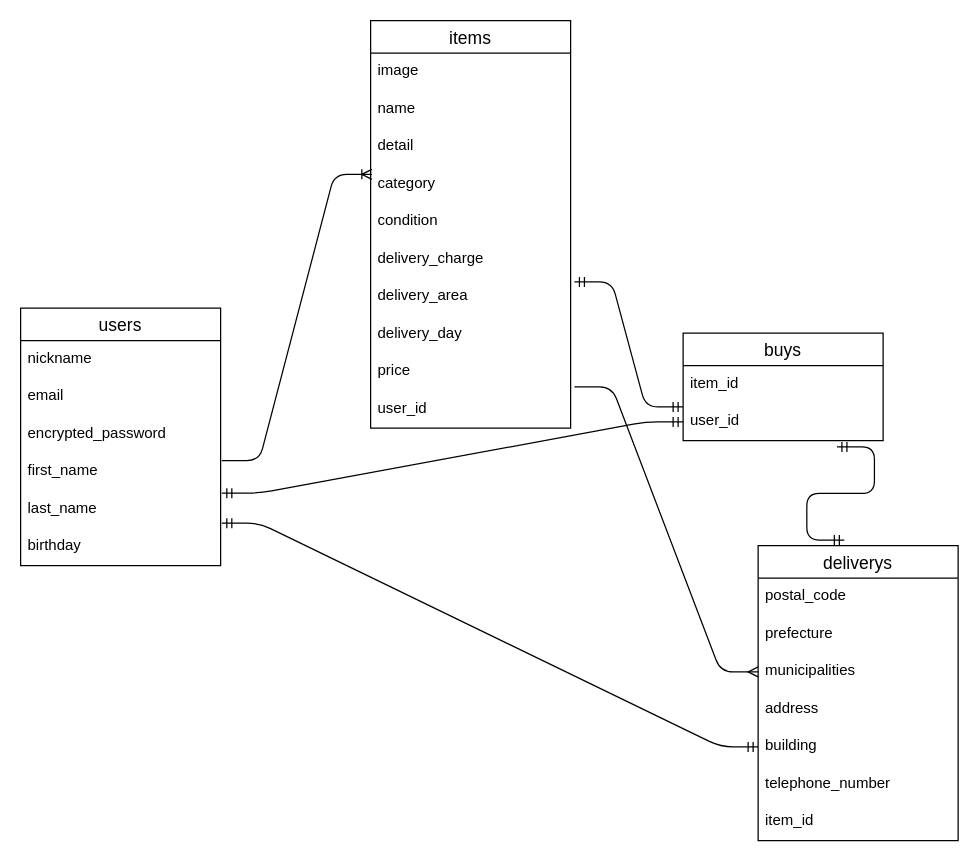
The draw.io diagram furima.dio in gafueru/furima-38756, before the edit. Source tidied: cells renumbered, new cells numbered last; positions are measured from the earlier drawing's top-left corner, leaving out a move shared by most shapes. Both pictures are drawn from the tidied source at 125%, with x=0, y=0 at pixel (20, 20).
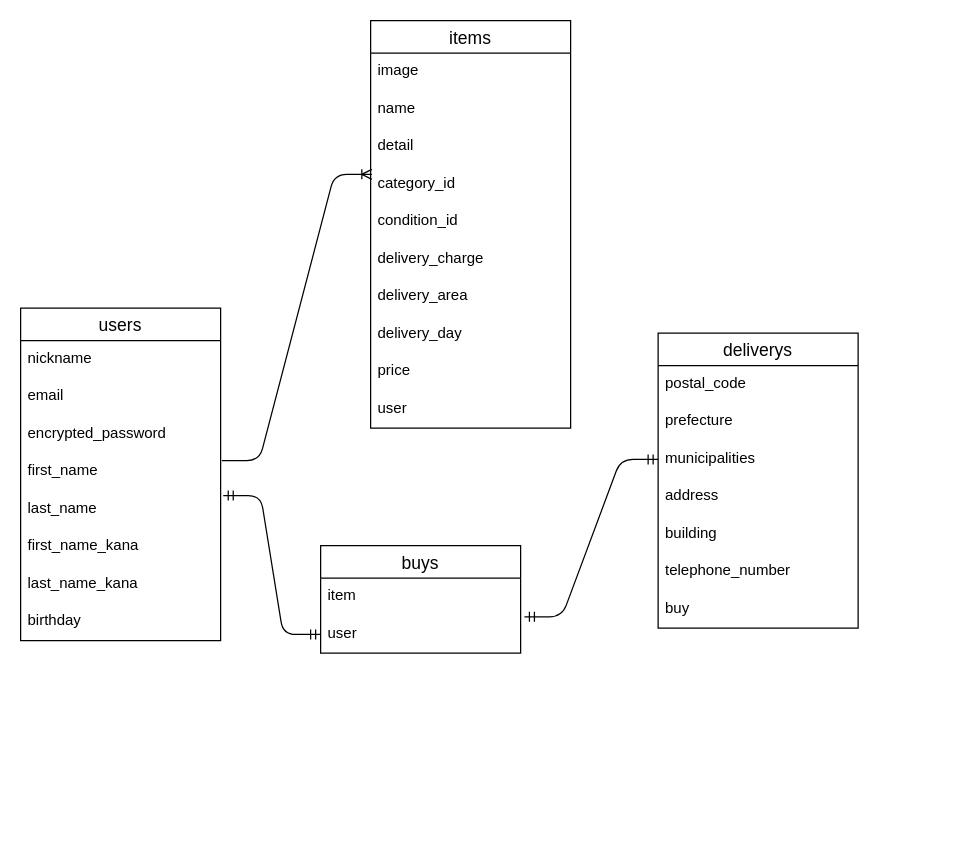
The same page after the edit.

Unchanged cells that the change refers to:
```xml
<mxCell id="7" value="last_name" style="text;strokeColor=none;fillColor=none;spacingLeft=4;spacingRight=4;overflow=hidden;points=[[0,0.5],[1,0.5]];portConstraint=eastwest;fontSize=12;" parent="2" vertex="1">
  <mxGeometry y="146" width="160" height="30" as="geometry" />
</mxCell>
<mxCell id="9" value="items" style="swimlane;fontStyle=0;horizontal=1;startSize=26;align=center;fontSize=14;" parent="1" vertex="1">
  <mxGeometry x="280" width="160" height="326" as="geometry" />
</mxCell>
<mxCell id="16" value="delivery_area" style="text;strokeColor=none;fillColor=none;spacingLeft=4;spacingRight=4;overflow=hidden;points=[[0,0.5],[1,0.5]];portConstraint=eastwest;fontSize=12;" parent="9" vertex="1">
  <mxGeometry y="206" width="160" height="30" as="geometry" />
</mxCell>
<mxCell id="23" value="municipalities" style="text;strokeColor=none;fillColor=none;spacingLeft=4;spacingRight=4;overflow=hidden;points=[[0,0.5],[1,0.5]];portConstraint=eastwest;fontSize=12;" parent="20" vertex="1">
  <mxGeometry y="86" width="160" height="30" as="geometry" />
</mxCell>
<mxCell id="25" value="building" style="text;strokeColor=none;fillColor=none;spacingLeft=4;spacingRight=4;overflow=hidden;points=[[0,0.5],[1,0.5]];portConstraint=eastwest;fontSize=12;" parent="20" vertex="1">
  <mxGeometry y="146" width="160" height="30" as="geometry" />
</mxCell>
```

What changed in the source:
```diff
@@
     <mxCell id="2" value="users" style="swimlane;fontStyle=0;horizontal=1;startSize=26;align=center;fontSize=14;" parent="1" vertex="1">
-      <mxGeometry y="230" width="160" height="206" as="geometry" />
+      <mxGeometry y="230" width="160" height="266" as="geometry" />
     </mxCell>
@@
+    <mxCell id="37" value="first_name_kana" style="text;strokeColor=none;fillColor=none;spacingLeft=4;spacingRight=4;overflow=hidden;fontSize=12;" parent="2" vertex="1">
+      <mxGeometry y="176" width="160" height="30" as="geometry" />
+    </mxCell>
+    <mxCell id="38" value="last_name_kana" style="text;strokeColor=none;fillColor=none;spacingLeft=4;spacingRight=4;overflow=hidden;fontSize=12;" parent="2" vertex="1">
+      <mxGeometry y="206" width="160" height="30" as="geometry" />
+    </mxCell>
     <mxCell id="8" value="birthday" style="text;strokeColor=none;fillColor=none;spacingLeft=4;spacingRight=4;overflow=hidden;fontSize=12;" parent="2" vertex="1">
-      <mxGeometry y="176" width="160" height="30" as="geometry" />
+      <mxGeometry y="236" width="160" height="30" as="geometry" />
     </mxCell>
@@
-    <mxCell id="13" value="category" style="text;strokeColor=none;fillColor=none;spacingLeft=4;spacingRight=4;overflow=hidden;points=[[0,0.5],[1,0.5]];portConstraint=eastwest;fontSize=12;" parent="9" vertex="1">
+    <mxCell id="13" value="category_id" style="text;strokeColor=none;fillColor=none;spacingLeft=4;spacingRight=4;overflow=hidden;points=[[0,0.5],[1,0.5]];portConstraint=eastwest;fontSize=12;" parent="9" vertex="1">
       <mxGeometry y="116" width="160" height="30" as="geometry" />
     </mxCell>
-    <mxCell id="14" value="condition" style="text;strokeColor=none;fillColor=none;spacingLeft=4;spacingRight=4;overflow=hidden;fontSize=12;" parent="9" vertex="1">
+    <mxCell id="14" value="condition_id" style="text;strokeColor=none;fillColor=none;spacingLeft=4;spacingRight=4;overflow=hidden;fontSize=12;" parent="9" vertex="1">
       <mxGeometry y="146" width="160" height="30" as="geometry" />
     </mxCell>
@@
-    <mxCell id="19" value="user_id" style="text;strokeColor=none;fillColor=none;spacingLeft=4;spacingRight=4;overflow=hidden;points=[[0,0.5],[1,0.5]];portConstraint=eastwest;fontSize=12;" parent="9" vertex="1">
+    <mxCell id="19" value="user" style="text;strokeColor=none;fillColor=none;spacingLeft=4;spacingRight=4;overflow=hidden;points=[[0,0.5],[1,0.5]];portConstraint=eastwest;fontSize=12;" parent="9" vertex="1">
       <mxGeometry y="296" width="160" height="30" as="geometry" />
     </mxCell>
     <mxCell id="20" value="deliverys" style="swimlane;fontStyle=0;horizontal=1;startSize=26;align=center;fontSize=14;" parent="1" vertex="1">
-      <mxGeometry x="590" y="420" width="160" height="236" as="geometry" />
+      <mxGeometry x="510" y="250" width="160" height="236" as="geometry" />
     </mxCell>
@@
-    <mxCell id="27" value="item_id" style="text;strokeColor=none;fillColor=none;spacingLeft=4;spacingRight=4;overflow=hidden;fontSize=12;" parent="20" vertex="1">
+    <mxCell id="27" value="buy" style="text;strokeColor=none;fillColor=none;spacingLeft=4;spacingRight=4;overflow=hidden;fontSize=12;" parent="20" vertex="1">
       <mxGeometry y="206" width="160" height="30" as="geometry" />
     </mxCell>
     <mxCell id="28" value="buys" style="swimlane;fontStyle=0;horizontal=1;startSize=26;align=center;fontSize=14;" parent="1" vertex="1">
-      <mxGeometry x="530" y="250" width="160" height="86" as="geometry" />
+      <mxGeometry x="240" y="420" width="160" height="86" as="geometry" />
     </mxCell>
-    <mxCell id="29" value="item_id" style="text;strokeColor=none;fillColor=none;spacingLeft=4;spacingRight=4;overflow=hidden;fontSize=12;" parent="28" vertex="1">
+    <mxCell id="29" value="item" style="text;strokeColor=none;fillColor=none;spacingLeft=4;spacingRight=4;overflow=hidden;fontSize=12;" parent="28" vertex="1">
       <mxGeometry y="26" width="160" height="30" as="geometry" />
     </mxCell>
-    <mxCell id="30" value="user_id" style="text;strokeColor=none;fillColor=none;spacingLeft=4;spacingRight=4;overflow=hidden;points=[[0,0.5],[1,0.5]];portConstraint=eastwest;fontSize=12;" parent="28" vertex="1">
+    <mxCell id="30" value="user&#10;" style="text;strokeColor=none;fillColor=none;spacingLeft=4;spacingRight=4;overflow=hidden;points=[[0,0.5],[1,0.5]];portConstraint=eastwest;fontSize=12;" parent="28" vertex="1">
       <mxGeometry y="56" width="160" height="30" as="geometry" />
     </mxCell>
@@
-    <mxCell id="32" style="edgeStyle=entityRelationEdgeStyle;fontSize=12;html=1;endArrow=ERmandOne;startArrow=ERmandOne;targetPerimeterSpacing=0;strokeWidth=1;elbow=vertical;exitX=1.019;exitY=0.1;exitDx=0;exitDy=0;exitPerimeter=0;entryX=0;entryY=0.1;entryDx=0;entryDy=0;entryPerimeter=0;" parent="1" edge="1" source="16" target="30">
-      <mxGeometry relative="1" as="geometry" />
-    </mxCell>
-    <mxCell id="33" style="edgeStyle=entityRelationEdgeStyle;fontSize=12;html=1;endArrow=ERmany;targetPerimeterSpacing=0;strokeWidth=1;elbow=vertical;exitX=1.019;exitY=-0.1;exitDx=0;exitDy=0;exitPerimeter=0;entryX=0;entryY=0.5;entryDx=0;entryDy=0;" parent="1" edge="1" source="19" target="23">
-      <mxGeometry relative="1" as="geometry" />
-    </mxCell>
-    <mxCell id="34" style="edgeStyle=entityRelationEdgeStyle;fontSize=12;html=1;endArrow=ERmandOne;startArrow=ERmandOne;targetPerimeterSpacing=0;strokeWidth=1;elbow=vertical;entryX=0;entryY=0.5;entryDx=0;entryDy=0;exitX=1.006;exitY=0.867;exitDx=0;exitDy=0;exitPerimeter=0;" parent="1" edge="1" source="7" target="25">
-      <mxGeometry relative="1" as="geometry" />
-    </mxCell>
-    <mxCell id="35" style="edgeStyle=entityRelationEdgeStyle;fontSize=12;html=1;endArrow=ERmandOne;startArrow=ERmandOne;targetPerimeterSpacing=0;strokeWidth=1;elbow=vertical;entryX=0.769;entryY=1.167;entryDx=0;entryDy=0;entryPerimeter=0;exitX=0.431;exitY=-0.019;exitDx=0;exitDy=0;exitPerimeter=0;" parent="1" edge="1" source="20" target="30">
+    <mxCell id="35" style="edgeStyle=entityRelationEdgeStyle;fontSize=12;html=1;endArrow=ERmandOne;startArrow=ERmandOne;targetPerimeterSpacing=0;strokeWidth=1;elbow=vertical;entryX=1.019;entryY=0.033;entryDx=0;entryDy=0;entryPerimeter=0;exitX=0;exitY=0.5;exitDx=0;exitDy=0;" parent="1" edge="1" source="23" target="30">
       <mxGeometry relative="1" as="geometry" />
     </mxCell>
-    <mxCell id="36" style="edgeStyle=entityRelationEdgeStyle;fontSize=12;html=1;endArrow=ERmandOne;startArrow=ERmandOne;targetPerimeterSpacing=0;strokeWidth=1;elbow=vertical;exitX=1.006;exitY=0.067;exitDx=0;exitDy=0;exitPerimeter=0;" parent="1" edge="1" source="7" target="30">
+    <mxCell id="36" style="edgeStyle=entityRelationEdgeStyle;fontSize=12;html=1;endArrow=ERmandOne;startArrow=ERmandOne;targetPerimeterSpacing=0;strokeWidth=1;elbow=vertical;exitX=1.013;exitY=0.133;exitDx=0;exitDy=0;exitPerimeter=0;entryX=0;entryY=0.5;entryDx=0;entryDy=0;" parent="1" edge="1" source="7" target="30">
       <mxGeometry relative="1" as="geometry" />
     </mxCell>
```
